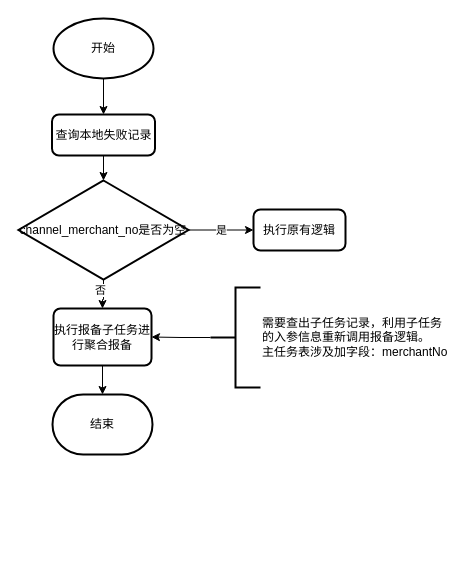
This is page "定时补偿" (3 of 3) of 报备.drawio from fengyong7723131/work, a draw.io file, before an edit. Source tidied: cells renumbered, new cells numbered last; positions are measured from the earlier drawing's top-left corner, leaving out a move shared by most shapes. Both pictures are drawn from the tidied source at 100%, with x=0, y=0 at pixel (18, 18).
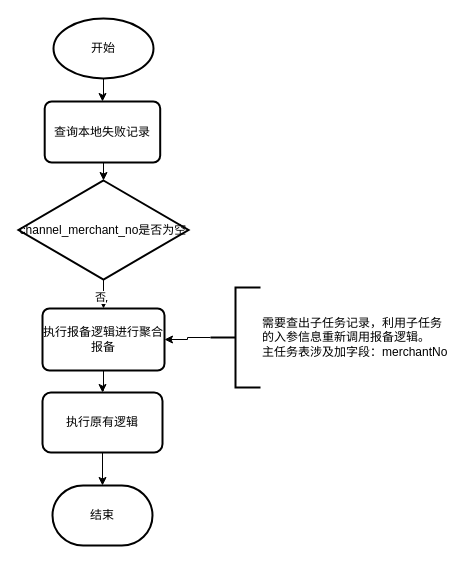
The same diagram, later.

Diff of the diagram source:
```diff
@@
 <mxGraphModel>
   <root>
     <mxCell id="0" />
     <mxCell id="1" parent="0" />
     <mxCell id="2" style="edgeStyle=orthogonalEdgeStyle;rounded=0;jettySize=auto;html=1;exitX=0.5;exitY=1;exitDx=0;exitDy=0;exitPerimeter=0;" parent="1" edge="1" source="3" target="5">
       <mxGeometry relative="1" as="geometry" />
     </mxCell>
     <mxCell id="3" value="开始" style="strokeWidth=2;html=1;shape=mxgraph.flowchart.start_1;whiteSpace=wrap;" parent="1" vertex="1">
       <mxGeometry x="35" width="100" height="60" as="geometry" />
     </mxCell>
     <mxCell id="4" style="edgeStyle=orthogonalEdgeStyle;rounded=0;jettySize=auto;html=1;exitX=0.5;exitY=1;exitDx=0;exitDy=0;entryX=0.5;entryY=0;entryDx=0;entryDy=0;entryPerimeter=0;" parent="1" edge="1" source="5" target="10">
       <mxGeometry relative="1" as="geometry" />
     </mxCell>
     <mxCell id="5" value="查询本地失败记录" style="rounded=1;whiteSpace=wrap;html=1;absoluteArcSize=1;arcSize=14;strokeWidth=2;" parent="1" vertex="1">
-      <mxGeometry x="33.5" y="96" width="103" height="41" as="geometry" />
+      <mxGeometry x="26.2" y="83" width="115.5" height="61" as="geometry" />
     </mxCell>
-    <mxCell id="6" style="edgeStyle=orthogonalEdgeStyle;rounded=0;jettySize=auto;html=1;exitX=1;exitY=0.5;exitDx=0;exitDy=0;exitPerimeter=0;entryX=0;entryY=0.5;entryDx=0;entryDy=0;" parent="1" edge="1" source="10" target="14">
-      <mxGeometry relative="1" as="geometry" />
-    </mxCell>
-    <mxCell id="7" value="是" style="edgeLabel;html=1;align=center;verticalAlign=middle;" parent="6" vertex="1">
-      <mxGeometry x="0.01" y="-1" relative="1" as="geometry">
-        <mxPoint x="-1" y="-1" as="offset" />
-      </mxGeometry>
-    </mxCell>
     <mxCell id="8" style="edgeStyle=orthogonalEdgeStyle;rounded=0;jettySize=auto;html=1;exitX=0.5;exitY=1;exitDx=0;exitDy=0;exitPerimeter=0;" parent="1" edge="1" source="10" target="12">
       <mxGeometry relative="1" as="geometry" />
     </mxCell>
     <mxCell id="9" value="否" style="edgeLabel;html=1;align=center;verticalAlign=middle;" parent="8" vertex="1">
       <mxGeometry x="-0.32" y="-4" relative="1" as="geometry" />
     </mxCell>
     <mxCell id="10" value="channel_merchant_no是否为空" style="strokeWidth=2;html=1;shape=mxgraph.flowchart.decision;whiteSpace=wrap;" parent="1" vertex="1">
       <mxGeometry y="162" width="170" height="99" as="geometry" />
     </mxCell>
-    <mxCell id="11" style="edgeStyle=orthogonalEdgeStyle;rounded=0;jettySize=auto;html=1;exitX=0.5;exitY=1;exitDx=0;exitDy=0;" parent="1" edge="1" source="12" target="13">
-      <mxGeometry relative="1" as="geometry" />
-    </mxCell>
+    <mxCell id="17" style="edgeStyle=orthogonalEdgeStyle;rounded=0;jettySize=auto;html=1;" parent="1" edge="1" source="12" target="14">
+      <mxGeometry relative="1" as="geometry" />
+    </mxCell>
-    <mxCell id="12" value="执行报备子任务进行聚合报备" style="rounded=1;whiteSpace=wrap;html=1;absoluteArcSize=1;arcSize=14;strokeWidth=2;" parent="1" vertex="1">
-      <mxGeometry x="35" y="290" width="98" height="57" as="geometry" />
+    <mxCell id="12" value="执行报备逻辑进行聚合报备" style="rounded=1;whiteSpace=wrap;html=1;absoluteArcSize=1;arcSize=14;strokeWidth=2;" parent="1" vertex="1">
+      <mxGeometry x="24" y="290" width="122" height="62" as="geometry" />
     </mxCell>
     <mxCell id="13" value="结束" style="strokeWidth=2;html=1;shape=mxgraph.flowchart.terminator;whiteSpace=wrap;" parent="1" vertex="1">
-      <mxGeometry x="34" y="376" width="100" height="60" as="geometry" />
+      <mxGeometry x="34" y="467" width="100" height="60" as="geometry" />
     </mxCell>
-    <mxCell id="14" value="执行原有逻辑" style="rounded=1;whiteSpace=wrap;html=1;absoluteArcSize=1;arcSize=14;strokeWidth=2;" parent="1" vertex="1">
-      <mxGeometry x="235" y="191" width="92" height="41" as="geometry" />
-    </mxCell>
     <mxCell id="15" style="edgeStyle=orthogonalEdgeStyle;rounded=0;jettySize=auto;html=1;exitX=0;exitY=0.5;exitDx=0;exitDy=0;exitPerimeter=0;" parent="1" edge="1" source="16" target="12">
       <mxGeometry relative="1" as="geometry" />
     </mxCell>
     <mxCell id="16" value="需要查出子任务记录，利用子任务&lt;br&gt;的入参信息重新调用报备逻辑。&lt;br&gt;主任务表涉及加字段：merchantNo" style="strokeWidth=2;html=1;shape=mxgraph.flowchart.annotation_2;align=left;labelPosition=right;" parent="1" vertex="1">
       <mxGeometry x="192" y="269" width="50" height="100" as="geometry" />
     </mxCell>
+    <mxCell id="18" style="edgeStyle=orthogonalEdgeStyle;rounded=0;jettySize=auto;html=1;" parent="1" edge="1" source="14" target="13">
+      <mxGeometry relative="1" as="geometry" />
+    </mxCell>
+    <mxCell id="14" value="执行原有逻辑" style="whiteSpace=wrap;html=1;rounded=1;strokeWidth=2;arcSize=14;" parent="1" vertex="1">
+      <mxGeometry x="24" y="374" width="120" height="60" as="geometry" />
+    </mxCell>
   </root>
 </mxGraphModel>
```
